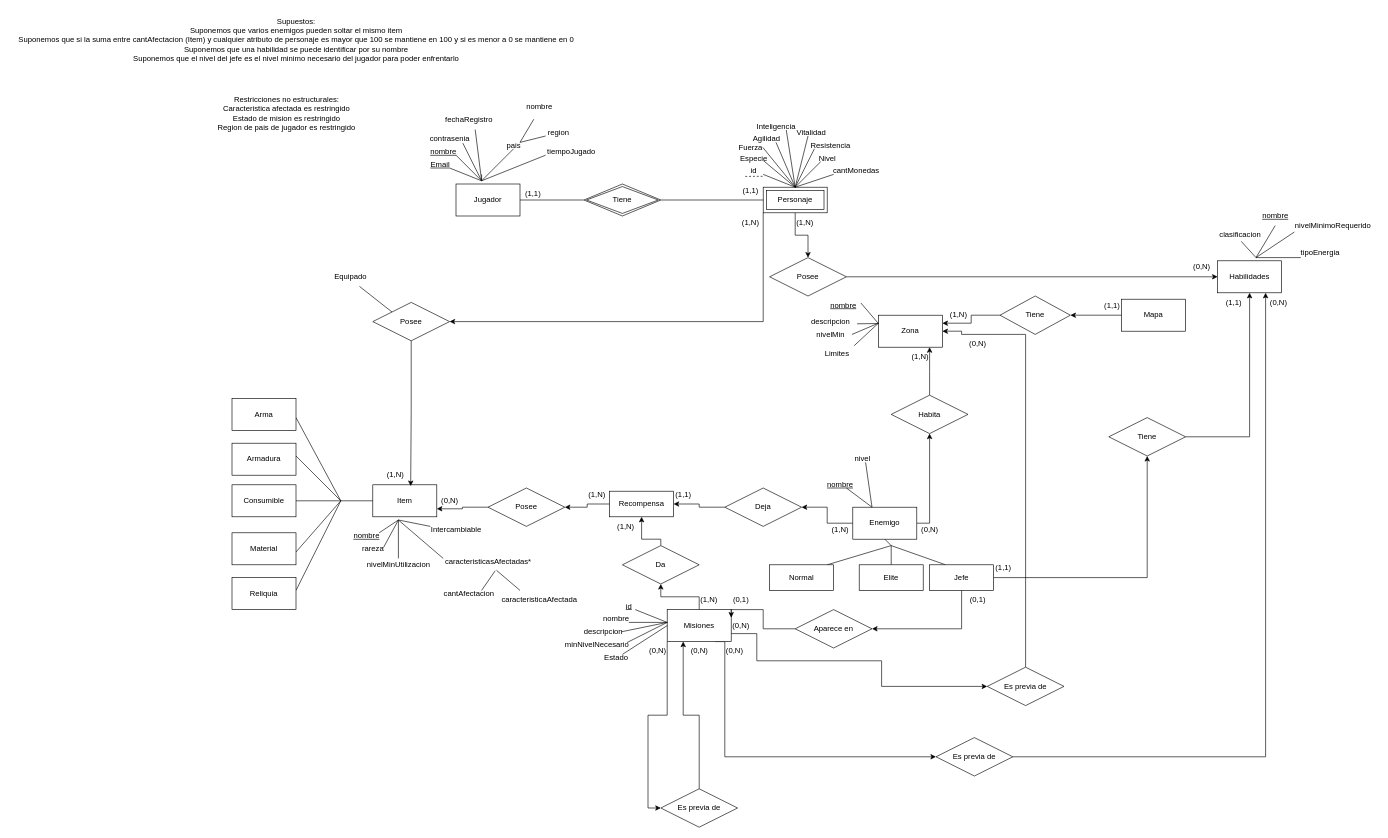
Above: Documentacion/Parte1/Parte1.drawio in MartinAlonsoo/Obligatorio1BD2 (draw.io), before the change. Source tidied: cells renumbered, new cells numbered last; positions are measured from the earlier drawing's top-left corner, leaving out a move shared by most shapes. Both pictures are drawn from the tidied source at 64%, with x=0, y=0 at pixel (11, 11).
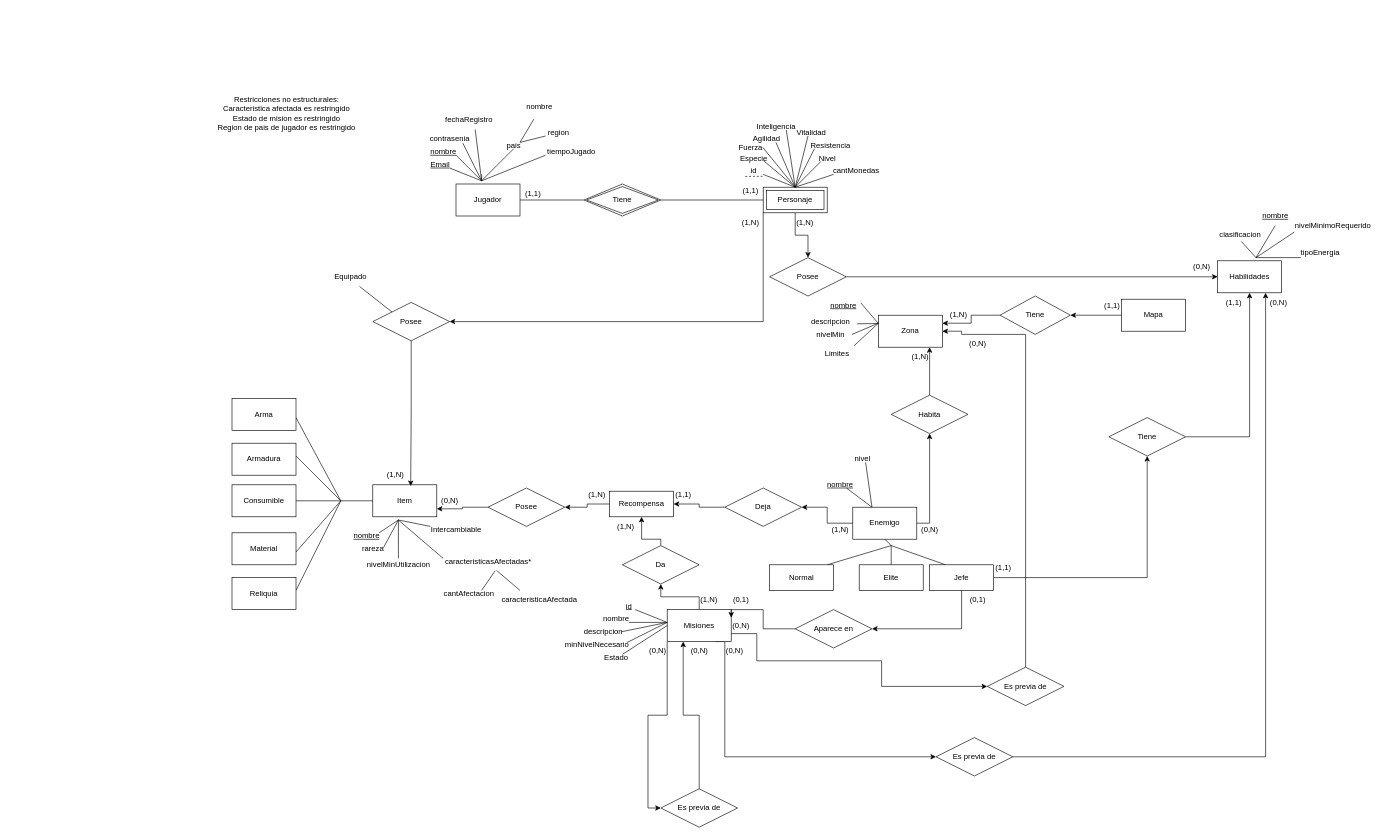
The same page after the edit.

Diff of the diagram source:
```diff
@@
-    <mxCell id="16" value="Supuestos:&lt;br&gt;Suponemos que varios enemigos pueden soltar el mismo item&lt;div&gt;Suponemos que si la suma entre cantAfectacion (Item) y cualquier atributo de personaje es mayor que 100 se mantiene en 100 y si es menor a 0 se mantiene en 0&lt;/div&gt;&lt;div&gt;Suponemos que una habilidad se puede identificar por su nombre&lt;/div&gt;&lt;div&gt;Suponemos que el nivel del jefe es el nivel minimo necesario del jugador para poder enfrentarlo&lt;/div&gt;" style="text;html=1;align=center;verticalAlign=middle;strokeColor=none;fillColor=none;" parent="1" vertex="1">
-      <mxGeometry width="890" height="90" as="geometry" />
-    </mxCell>
```
